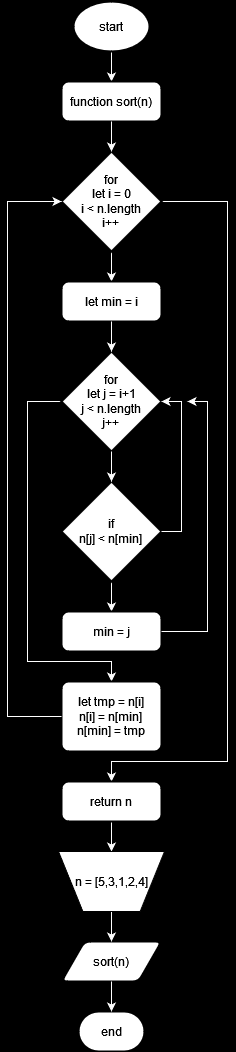
Earlier version of the draw.io export flowchart-diagram/selection_sort_algorithm.drawio.png (Destantomy/Dry-run-algorithm). Source tidied: cells renumbered, new cells last; positions are measured from the earlier drawing's top-left corner, leaving out a move shared by most shapes.
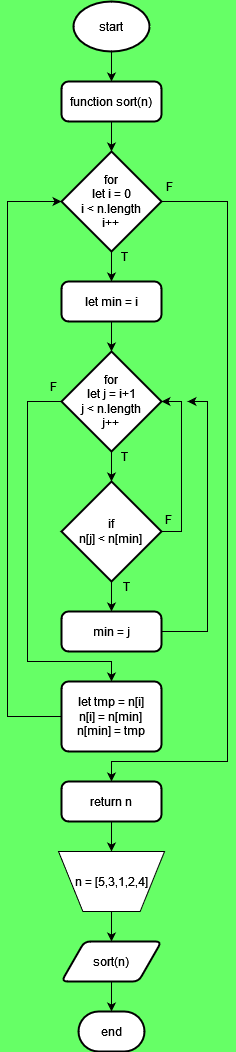
The same file after the commit.

The edit, as a diff of the source:
```diff
@@ -1,8 +1,8 @@
-<mxGraphModel background="#000000">
+<mxGraphModel background="#66FF66">
   <root>
     <mxCell id="0" />
     <mxCell id="1" parent="0" />
-    <mxCell id="2" style="edgeStyle=orthogonalEdgeStyle;rounded=0;jettySize=auto;html=1;exitX=0.5;exitY=1;exitDx=0;exitDy=0;exitPerimeter=0;entryX=0.5;entryY=0;entryDx=0;entryDy=0;strokeColor=#FFFFFF;" parent="1" edge="1" source="3" target="4">
+    <mxCell id="2" style="edgeStyle=orthogonalEdgeStyle;rounded=0;jettySize=auto;html=1;exitX=0.5;exitY=1;exitDx=0;exitDy=0;exitPerimeter=0;entryX=0.5;entryY=0;entryDx=0;entryDy=0;strokeColor=#000000;" parent="1" edge="1" source="3" target="4">
       <mxGeometry relative="1" as="geometry" />
     </mxCell>
     <mxCell id="3" value="start" style="strokeWidth=2;html=1;shape=mxgraph.flowchart.start_1;whiteSpace=wrap;strokeColor=#000000;" parent="1" vertex="1">
@@ -11,10 +11,10 @@
     <mxCell id="4" value="function sort(n)" style="rounded=1;whiteSpace=wrap;html=1;absoluteArcSize=1;arcSize=14;strokeWidth=2;strokeColor=#000000;" parent="1" vertex="1">
       <mxGeometry x="54" y="80" width="100" height="40" as="geometry" />
     </mxCell>
-    <mxCell id="5" style="edgeStyle=orthogonalEdgeStyle;rounded=0;jettySize=auto;html=1;exitX=0.5;exitY=1;exitDx=0;exitDy=0;exitPerimeter=0;entryX=0.5;entryY=0;entryDx=0;entryDy=0;strokeColor=#FFFFFF;" parent="1" edge="1" source="7" target="8">
+    <mxCell id="5" style="edgeStyle=orthogonalEdgeStyle;rounded=0;jettySize=auto;html=1;exitX=0.5;exitY=1;exitDx=0;exitDy=0;exitPerimeter=0;entryX=0.5;entryY=0;entryDx=0;entryDy=0;strokeColor=#000000;" parent="1" edge="1" source="7" target="8">
       <mxGeometry relative="1" as="geometry" />
     </mxCell>
-    <mxCell id="6" style="edgeStyle=orthogonalEdgeStyle;rounded=0;jettySize=auto;html=1;exitX=1;exitY=0.5;exitDx=0;exitDy=0;exitPerimeter=0;entryX=0.5;entryY=0;entryDx=0;entryDy=0;strokeColor=#FFFFFF;" parent="1" edge="1" source="7" target="16">
+    <mxCell id="6" style="edgeStyle=orthogonalEdgeStyle;rounded=0;jettySize=auto;html=1;exitX=1;exitY=0.5;exitDx=0;exitDy=0;exitPerimeter=0;entryX=0.5;entryY=0;entryDx=0;entryDy=0;strokeColor=#000000;" parent="1" edge="1" source="7" target="16">
       <mxGeometry relative="1" as="geometry">
         <Array as="points">
           <mxPoint x="220" y="200" />
@@ -29,7 +29,7 @@
     <mxCell id="8" value="let min = i" style="rounded=1;whiteSpace=wrap;html=1;absoluteArcSize=1;arcSize=14;strokeWidth=2;strokeColor=#000000;" parent="1" vertex="1">
       <mxGeometry x="54" y="280" width="100" height="40" as="geometry" />
     </mxCell>
-    <mxCell id="9" style="edgeStyle=orthogonalEdgeStyle;rounded=0;jettySize=auto;html=1;exitX=0;exitY=0.5;exitDx=0;exitDy=0;exitPerimeter=0;entryX=0.5;entryY=0;entryDx=0;entryDy=0;strokeColor=#FFFFFF;" parent="1" edge="1" source="10" target="14">
+    <mxCell id="9" style="edgeStyle=orthogonalEdgeStyle;rounded=0;jettySize=auto;html=1;exitX=0;exitY=0.5;exitDx=0;exitDy=0;exitPerimeter=0;entryX=0.5;entryY=0;entryDx=0;entryDy=0;strokeColor=#000000;" parent="1" edge="1" source="10" target="14">
       <mxGeometry relative="1" as="geometry">
         <Array as="points">
           <mxPoint x="20" y="400" />
@@ -41,7 +41,7 @@
     <mxCell id="10" value="&lt;div&gt;for&lt;/div&gt;&lt;div&gt;let j = i+1&lt;/div&gt;&lt;div&gt;j &amp;lt; n.length&lt;/div&gt;&lt;div&gt;j++&lt;br&gt;&lt;/div&gt;" style="strokeWidth=2;html=1;shape=mxgraph.flowchart.decision;whiteSpace=wrap;strokeColor=#000000;" parent="1" vertex="1">
       <mxGeometry x="54" y="350" width="100" height="100" as="geometry" />
     </mxCell>
-    <mxCell id="11" style="edgeStyle=orthogonalEdgeStyle;rounded=0;jettySize=auto;html=1;exitX=0.5;exitY=1;exitDx=0;exitDy=0;exitPerimeter=0;entryX=0.5;entryY=0;entryDx=0;entryDy=0;strokeColor=#FFFFFF;" parent="1" edge="1" source="12" target="13">
+    <mxCell id="11" style="edgeStyle=orthogonalEdgeStyle;rounded=0;jettySize=auto;html=1;exitX=0.5;exitY=1;exitDx=0;exitDy=0;exitPerimeter=0;entryX=0.5;entryY=0;entryDx=0;entryDy=0;strokeColor=#000000;" parent="1" edge="1" source="12" target="13">
       <mxGeometry relative="1" as="geometry" />
     </mxCell>
     <mxCell id="12" value="&lt;div&gt;if&lt;/div&gt;&lt;div&gt;n[j] &amp;lt; n[min]&lt;br&gt;&lt;/div&gt;" style="strokeWidth=2;html=1;shape=mxgraph.flowchart.decision;whiteSpace=wrap;strokeColor=#000000;" parent="1" vertex="1">
@@ -53,7 +53,7 @@
     <mxCell id="14" value="&lt;div&gt;let tmp = n[i]&lt;/div&gt;&lt;div&gt;n[i] = n[min]&lt;/div&gt;&lt;div&gt;n[min] = tmp&lt;br&gt;&lt;/div&gt;" style="rounded=1;whiteSpace=wrap;html=1;absoluteArcSize=1;arcSize=14;strokeWidth=2;strokeColor=#000000;" parent="1" vertex="1">
       <mxGeometry x="54" y="680" width="100" height="70" as="geometry" />
     </mxCell>
-    <mxCell id="15" style="edgeStyle=orthogonalEdgeStyle;rounded=0;jettySize=auto;html=1;exitX=0.5;exitY=1;exitDx=0;exitDy=0;entryX=0.5;entryY=0;entryDx=0;entryDy=0;strokeColor=#FFFFFF;" parent="1" edge="1" source="16" target="19">
+    <mxCell id="15" style="edgeStyle=orthogonalEdgeStyle;rounded=0;jettySize=auto;html=1;exitX=0.5;exitY=1;exitDx=0;exitDy=0;entryX=0.5;entryY=0;entryDx=0;entryDy=0;strokeColor=#000000;" parent="1" edge="1" source="16" target="19">
       <mxGeometry relative="1" as="geometry" />
     </mxCell>
     <mxCell id="16" value="return n" style="rounded=1;whiteSpace=wrap;html=1;absoluteArcSize=1;arcSize=14;strokeWidth=2;strokeColor=#000000;" parent="1" vertex="1">
@@ -62,7 +62,7 @@
     <mxCell id="17" value="sort(n)" style="shape=parallelogram;html=1;strokeWidth=2;perimeter=parallelogramPerimeter;whiteSpace=wrap;rounded=1;arcSize=12;size=0.23;" parent="1" vertex="1">
       <mxGeometry x="54" y="940" width="100" height="40" as="geometry" />
     </mxCell>
-    <mxCell id="18" style="edgeStyle=orthogonalEdgeStyle;rounded=0;jettySize=auto;html=1;exitX=0.5;exitY=1;exitDx=0;exitDy=0;entryX=0.5;entryY=0;entryDx=0;entryDy=0;strokeColor=#FFFFFF;" parent="1" edge="1" source="19" target="17">
+    <mxCell id="18" style="edgeStyle=orthogonalEdgeStyle;rounded=0;jettySize=auto;html=1;exitX=0.5;exitY=1;exitDx=0;exitDy=0;entryX=0.5;entryY=0;entryDx=0;entryDy=0;strokeColor=#000000;" parent="1" edge="1" source="19" target="17">
       <mxGeometry relative="1" as="geometry" />
     </mxCell>
     <mxCell id="19" value="n = [5,3,1,2,4]" style="verticalLabelPosition=middle;verticalAlign=middle;html=1;shape=trapezoid;perimeter=trapezoidPerimeter;whiteSpace=wrap;size=0.23;arcSize=10;flipV=1;labelPosition=center;align=center;" parent="1" vertex="1">
@@ -71,19 +71,19 @@
     <mxCell id="20" value="end" style="strokeWidth=2;html=1;shape=mxgraph.flowchart.terminator;whiteSpace=wrap;" parent="1" vertex="1">
       <mxGeometry x="71" y="1010" width="66" height="40" as="geometry" />
     </mxCell>
-    <mxCell id="21" style="edgeStyle=orthogonalEdgeStyle;rounded=0;jettySize=auto;html=1;exitX=0.5;exitY=1;exitDx=0;exitDy=0;entryX=0.5;entryY=0;entryDx=0;entryDy=0;entryPerimeter=0;strokeColor=#FFFFFF;" parent="1" edge="1" source="4" target="7">
+    <mxCell id="21" style="edgeStyle=orthogonalEdgeStyle;rounded=0;jettySize=auto;html=1;exitX=0.5;exitY=1;exitDx=0;exitDy=0;entryX=0.5;entryY=0;entryDx=0;entryDy=0;entryPerimeter=0;strokeColor=#000000;" parent="1" edge="1" source="4" target="7">
       <mxGeometry relative="1" as="geometry" />
     </mxCell>
-    <mxCell id="22" style="edgeStyle=orthogonalEdgeStyle;rounded=0;jettySize=auto;html=1;exitX=0.5;exitY=1;exitDx=0;exitDy=0;entryX=0.5;entryY=0;entryDx=0;entryDy=0;entryPerimeter=0;strokeColor=#FFFFFF;" parent="1" edge="1" source="8" target="10">
+    <mxCell id="22" style="edgeStyle=orthogonalEdgeStyle;rounded=0;jettySize=auto;html=1;exitX=0.5;exitY=1;exitDx=0;exitDy=0;entryX=0.5;entryY=0;entryDx=0;entryDy=0;entryPerimeter=0;strokeColor=#000000;" parent="1" edge="1" source="8" target="10">
       <mxGeometry relative="1" as="geometry" />
     </mxCell>
-    <mxCell id="23" style="edgeStyle=orthogonalEdgeStyle;rounded=0;jettySize=auto;html=1;exitX=0.5;exitY=1;exitDx=0;exitDy=0;exitPerimeter=0;entryX=0.5;entryY=0;entryDx=0;entryDy=0;entryPerimeter=0;strokeColor=#FFFFFF;" parent="1" edge="1" source="10" target="12">
+    <mxCell id="23" style="edgeStyle=orthogonalEdgeStyle;rounded=0;jettySize=auto;html=1;exitX=0.5;exitY=1;exitDx=0;exitDy=0;exitPerimeter=0;entryX=0.5;entryY=0;entryDx=0;entryDy=0;entryPerimeter=0;strokeColor=#000000;" parent="1" edge="1" source="10" target="12">
       <mxGeometry relative="1" as="geometry" />
     </mxCell>
-    <mxCell id="24" style="edgeStyle=orthogonalEdgeStyle;rounded=0;jettySize=auto;html=1;exitX=1;exitY=0.5;exitDx=0;exitDy=0;exitPerimeter=0;entryX=1;entryY=0.5;entryDx=0;entryDy=0;entryPerimeter=0;strokeColor=#FFFFFF;" parent="1" edge="1" source="12" target="10">
+    <mxCell id="24" style="edgeStyle=orthogonalEdgeStyle;rounded=0;jettySize=auto;html=1;exitX=1;exitY=0.5;exitDx=0;exitDy=0;exitPerimeter=0;entryX=1;entryY=0.5;entryDx=0;entryDy=0;entryPerimeter=0;strokeColor=#000000;" parent="1" edge="1" source="12" target="10">
       <mxGeometry relative="1" as="geometry" />
     </mxCell>
-    <mxCell id="25" style="edgeStyle=orthogonalEdgeStyle;rounded=0;jettySize=auto;html=1;exitX=1;exitY=0.5;exitDx=0;exitDy=0;strokeColor=#FFFFFF;" parent="1" edge="1" source="13">
+    <mxCell id="25" style="edgeStyle=orthogonalEdgeStyle;rounded=0;jettySize=auto;html=1;exitX=1;exitY=0.5;exitDx=0;exitDy=0;strokeColor=#000000;" parent="1" edge="1" source="13">
       <mxGeometry relative="1" as="geometry">
         <mxPoint x="180" y="400" as="targetPoint" />
         <Array as="points">
@@ -92,7 +92,7 @@
         </Array>
       </mxGeometry>
     </mxCell>
-    <mxCell id="26" style="edgeStyle=orthogonalEdgeStyle;rounded=0;jettySize=auto;html=1;exitX=0;exitY=0.5;exitDx=0;exitDy=0;entryX=0;entryY=0.5;entryDx=0;entryDy=0;entryPerimeter=0;strokeColor=#FFFFFF;" parent="1" edge="1" source="14" target="7">
+    <mxCell id="26" style="edgeStyle=orthogonalEdgeStyle;rounded=0;jettySize=auto;html=1;exitX=0;exitY=0.5;exitDx=0;exitDy=0;entryX=0;entryY=0.5;entryDx=0;entryDy=0;entryPerimeter=0;strokeColor=#000000;" parent="1" edge="1" source="14" target="7">
       <mxGeometry relative="1" as="geometry">
         <Array as="points">
           <mxPoint y="715" />
@@ -100,7 +100,7 @@
         </Array>
       </mxGeometry>
     </mxCell>
-    <mxCell id="27" style="edgeStyle=orthogonalEdgeStyle;rounded=0;jettySize=auto;html=1;exitX=0.5;exitY=1;exitDx=0;exitDy=0;entryX=0.5;entryY=0;entryDx=0;entryDy=0;entryPerimeter=0;strokeColor=#FFFFFF;" parent="1" edge="1" source="17" target="20">
+    <mxCell id="27" style="edgeStyle=orthogonalEdgeStyle;rounded=0;jettySize=auto;html=1;exitX=0.5;exitY=1;exitDx=0;exitDy=0;entryX=0.5;entryY=0;entryDx=0;entryDy=0;entryPerimeter=0;strokeColor=#000000;" parent="1" edge="1" source="17" target="20">
       <mxGeometry relative="1" as="geometry" />
     </mxCell>
     <mxCell id="28" value="T" style="text;html=1;align=center;verticalAlign=middle;whiteSpace=wrap;rounded=0;" parent="1" vertex="1">
@@ -110,7 +110,7 @@
       <mxGeometry x="97" y="440" width="40" height="30" as="geometry" />
     </mxCell>
     <mxCell id="30" value="T" style="text;html=1;align=center;verticalAlign=middle;whiteSpace=wrap;rounded=0;" parent="1" vertex="1">
-      <mxGeometry x="97" y="570" width="40" height="30" as="geometry" />
+      <mxGeometry x="111" y="570" width="17" height="30" as="geometry" />
     </mxCell>
     <mxCell id="31" value="F" style="text;html=1;align=center;verticalAlign=middle;whiteSpace=wrap;rounded=0;" parent="1" vertex="1">
       <mxGeometry x="141" y="503" width="40" height="30" as="geometry" />
```
